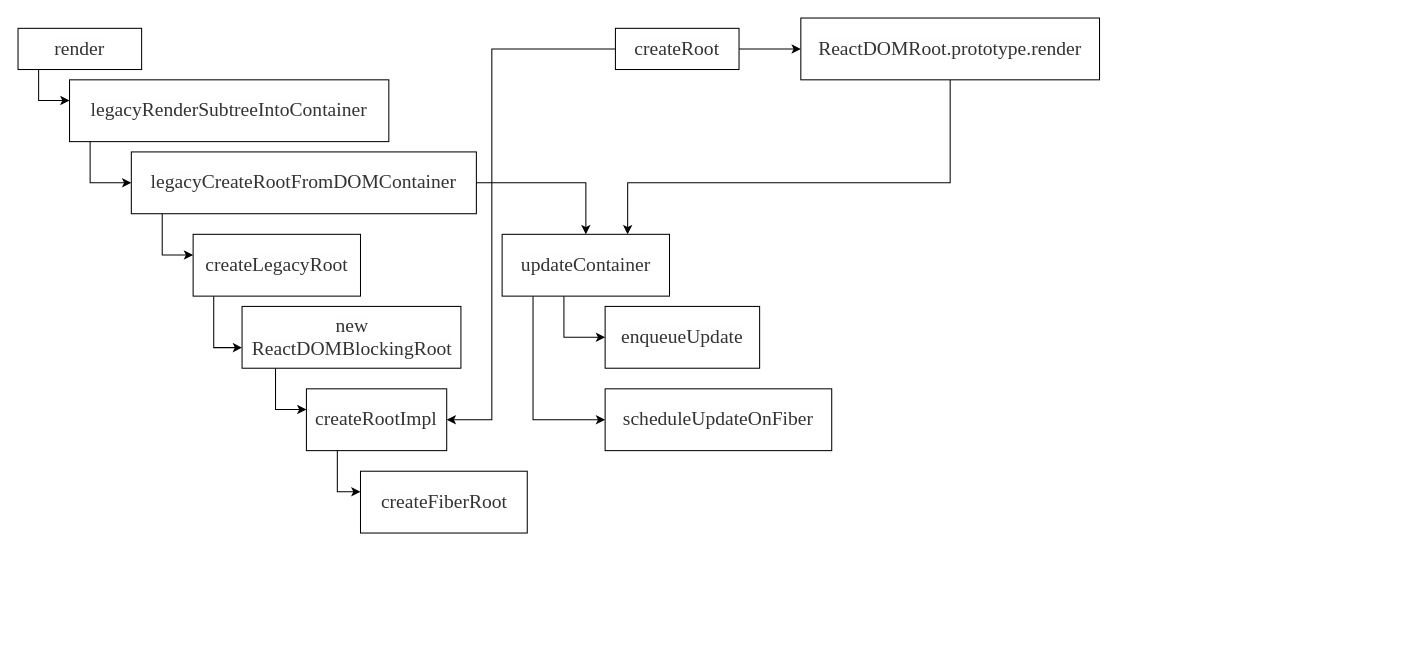
Above: page "Page-1" (1 of 3) of 第五章_0.drawio in xiaochen1024/react_code (draw.io), before the change. Source tidied: cells renumbered, new cells numbered last; positions are measured from the earlier drawing's top-left corner, leaving out a move shared by most shapes. Both pictures are drawn from the tidied source at 103%, with x=0, y=0 at pixel (18, 18).
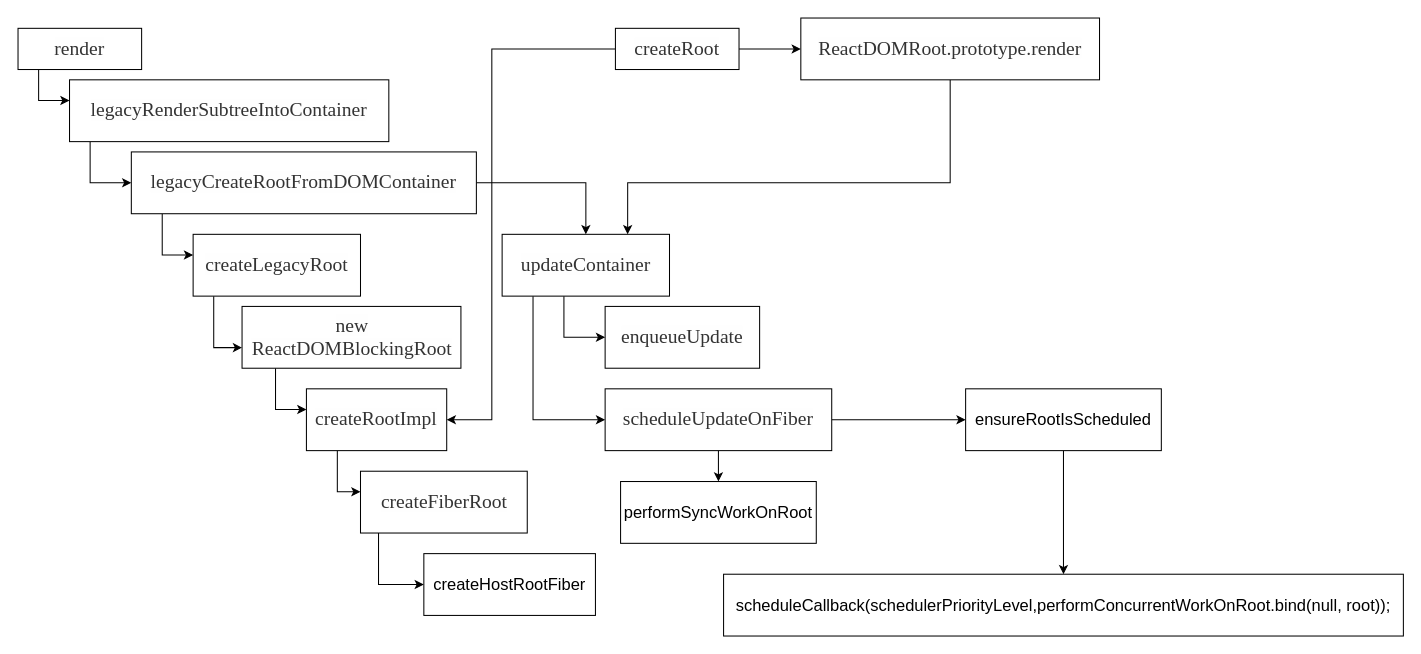
The same diagram, later.

Unchanged cells that the change refers to:
```xml
<mxCell id="15" value="&lt;span style=&quot;color: rgb(51 , 51 , 51) ; font-family: &amp;#34;vollkorn&amp;#34; , &amp;#34;palatino&amp;#34; , &amp;#34;times&amp;#34; ; font-size: 19px ; text-align: justify ; background-color: rgb(254 , 254 , 254)&quot;&gt;createFiberRoot&lt;/span&gt;" style="whiteSpace=wrap;html=1;rounded=0;" parent="1" vertex="1">
  <mxGeometry x="332.5" y="440" width="161.9" height="60" as="geometry" />
</mxCell>
<mxCell id="23" value="&lt;span style=&quot;color: rgb(51 , 51 , 51) ; font-family: &amp;#34;vollkorn&amp;#34; , &amp;#34;palatino&amp;#34; , &amp;#34;times&amp;#34; ; font-size: 19px ; text-align: justify ; background-color: rgb(254 , 254 , 254)&quot;&gt;scheduleUpdateOnFiber&lt;/span&gt;" style="whiteSpace=wrap;html=1;rounded=0;" parent="1" vertex="1">
  <mxGeometry x="570" y="360" width="220" height="60" as="geometry" />
</mxCell>
```

What changed in the source:
```diff
@@
+    <mxCell id="26" style="edgeStyle=orthogonalEdgeStyle;rounded=0;jettySize=auto;html=1;" parent="1" edge="1" source="15" target="33">
+      <mxGeometry relative="1" as="geometry">
+        <Array as="points">
+          <mxPoint x="350" y="550" />
+        </Array>
+      </mxGeometry>
+    </mxCell>
@@
+    <mxCell id="27" style="edgeStyle=orthogonalEdgeStyle;rounded=0;jettySize=auto;html=1;" parent="1" edge="1" source="23" target="29">
+      <mxGeometry relative="1" as="geometry" />
+    </mxCell>
+    <mxCell id="28" style="edgeStyle=orthogonalEdgeStyle;rounded=0;jettySize=auto;html=1;" parent="1" edge="1" source="23" target="31">
+      <mxGeometry relative="1" as="geometry" />
+    </mxCell>
@@
+    <mxCell id="29" value="&lt;font style=&quot;font-size: 16px&quot;&gt;performSyncWorkOnRoot&lt;/font&gt;" style="whiteSpace=wrap;html=1;rounded=0;" parent="1" vertex="1">
+      <mxGeometry x="585" y="450" width="190" height="60" as="geometry" />
+    </mxCell>
+    <mxCell id="30" style="edgeStyle=orthogonalEdgeStyle;rounded=0;jettySize=auto;html=1;" parent="1" edge="1" source="31" target="32">
+      <mxGeometry relative="1" as="geometry" />
+    </mxCell>
+    <mxCell id="31" value="&lt;font style=&quot;font-size: 16px&quot;&gt;ensureRootIsScheduled&lt;/font&gt;" style="whiteSpace=wrap;html=1;rounded=0;" parent="1" vertex="1">
+      <mxGeometry x="920" y="360" width="190" height="60" as="geometry" />
+    </mxCell>
+    <mxCell id="32" value="&lt;font style=&quot;font-size: 16px&quot;&gt;scheduleCallback(schedulerPriorityLevel,performConcurrentWorkOnRoot.bind(null, root));&lt;/font&gt;" style="whiteSpace=wrap;html=1;rounded=0;" parent="1" vertex="1">
+      <mxGeometry x="685" y="540" width="660" height="60" as="geometry" />
+    </mxCell>
+    <mxCell id="33" value="&lt;font style=&quot;font-size: 16px&quot;&gt;createHostRootFiber&lt;/font&gt;" style="whiteSpace=wrap;html=1;rounded=0;" parent="1" vertex="1">
+      <mxGeometry x="394" y="520" width="166.6" height="60" as="geometry" />
+    </mxCell>
```
